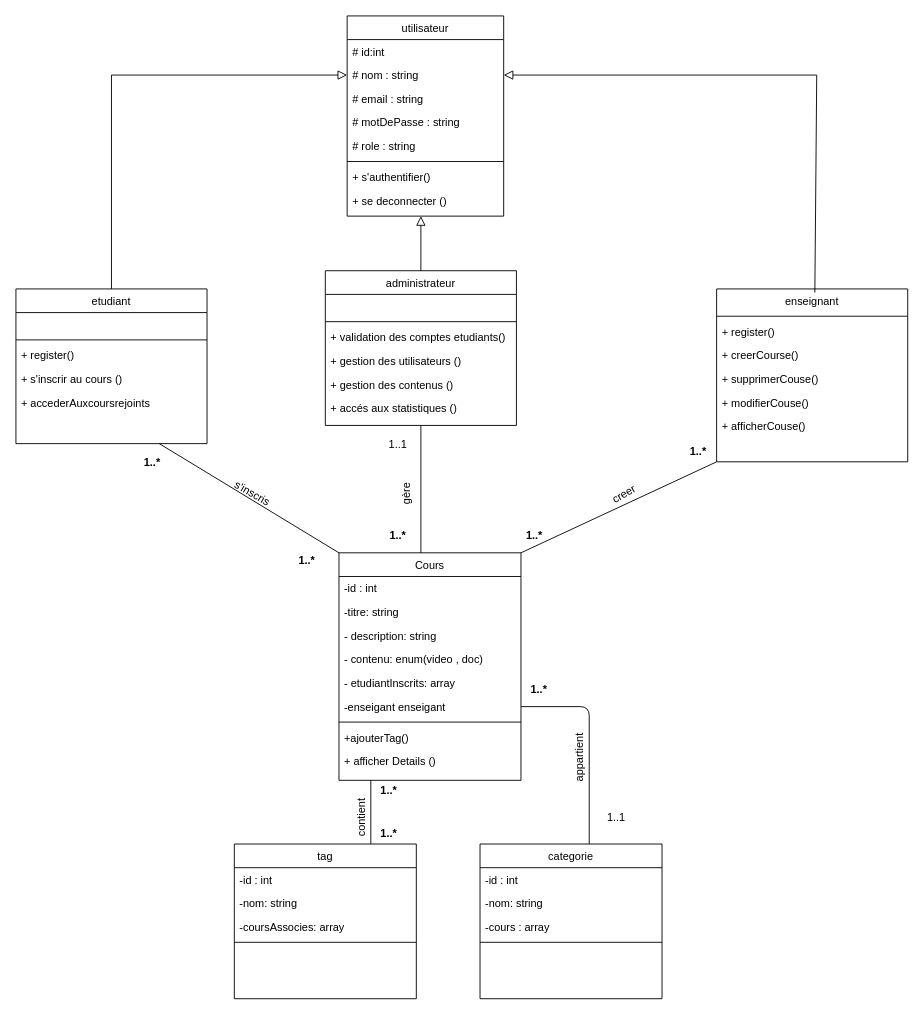
HananeOubaha/Youdemy keeps this draw.io diagram as diagramme-classe.drawio. Above is the earlier version. Source tidied: cells renumbered, new cells numbered last; positions are measured from the earlier drawing's top-left corner, leaving out a move shared by most shapes. Both pictures are drawn from the tidied source at 91%, with x=0, y=0 at pixel (15, 15).
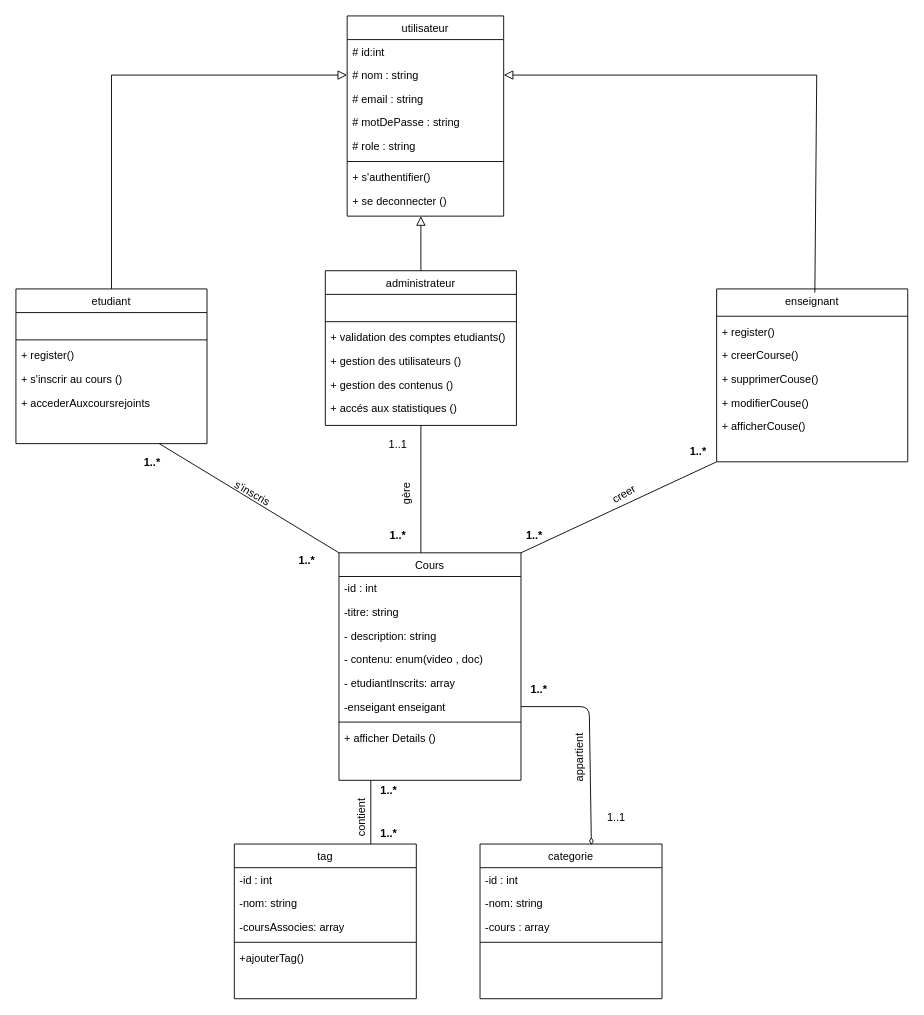
The same diagram, later.

Commit message (it also covers changes not shown here):
j'ai creer le diagramme de cas d'utilisation

The change refers to these unchanged cells:
```xml
<mxCell id="20" value="Cours" style="swimlane;fontStyle=0;align=center;verticalAlign=top;horizontal=1;startSize=26;rounded=0;shadow=0;strokeWidth=1;" parent="1" vertex="1">
  <mxGeometry x="355" y="590" width="200" height="250" as="geometry" />
</mxCell>
<mxCell id="26" value="-enseigant enseigant " style="text;align=left;verticalAlign=top;spacingLeft=4;spacingRight=4;overflow=hidden;points=[[0,0.5],[1,0.5]];portConstraint=eastwest;" parent="20" vertex="1">
  <mxGeometry y="156" width="200" height="26" as="geometry" />
</mxCell>
<mxCell id="44" value="tag" style="swimlane;fontStyle=0;align=center;verticalAlign=top;horizontal=1;startSize=26;rounded=0;shadow=0;strokeWidth=1;" parent="1" vertex="1">
  <mxGeometry x="240" y="910" width="200" height="170" as="geometry" />
</mxCell>
<mxCell id="49" value="categorie" style="swimlane;fontStyle=0;align=center;verticalAlign=top;horizontal=1;startSize=26;rounded=0;shadow=0;strokeWidth=1;" parent="1" vertex="1">
  <mxGeometry x="510" y="910" width="200" height="170" as="geometry" />
</mxCell>
```

The edit, as a diff of the source:
```diff
@@
-    <mxCell id="28" value="+ajouterTag()" style="text;align=left;verticalAlign=top;spacingLeft=4;spacingRight=4;overflow=hidden;" parent="20" vertex="1">
-      <mxGeometry y="190" width="200" height="26" as="geometry" />
-    </mxCell>
     <mxCell id="29" value="+ afficher Details ()" style="text;align=left;verticalAlign=top;spacingLeft=4;spacingRight=4;overflow=hidden;" parent="20" vertex="1">
-      <mxGeometry y="216" width="200" height="26" as="geometry" />
+      <mxGeometry y="190" width="200" height="26" as="geometry" />
     </mxCell>
@@
+    <mxCell id="28" value="+ajouterTag()" style="text;align=left;verticalAlign=top;spacingLeft=4;spacingRight=4;overflow=hidden;" parent="44" vertex="1">
+      <mxGeometry y="112" width="200" height="26" as="geometry" />
+    </mxCell>
@@
-    <mxCell id="70" style="endArrow=none;html=1;entryX=1;entryY=0.5;entryDx=0;entryDy=0;" parent="1" edge="1" target="26">
+    <mxCell id="70" style="endArrow=diamondThin;html=1;entryX=0.612;entryY=0.007;entryDx=0;entryDy=0;endFill=0;entryPerimeter=0;exitX=1;exitY=0.5;exitDx=0;exitDy=0;" parent="1" edge="1" source="26" target="49">
       <mxGeometry relative="1" as="geometry">
-        <mxPoint x="630" y="910" as="sourcePoint" />
         <Array as="points">
           <mxPoint x="630" y="759" />
         </Array>
       </mxGeometry>
     </mxCell>
```
